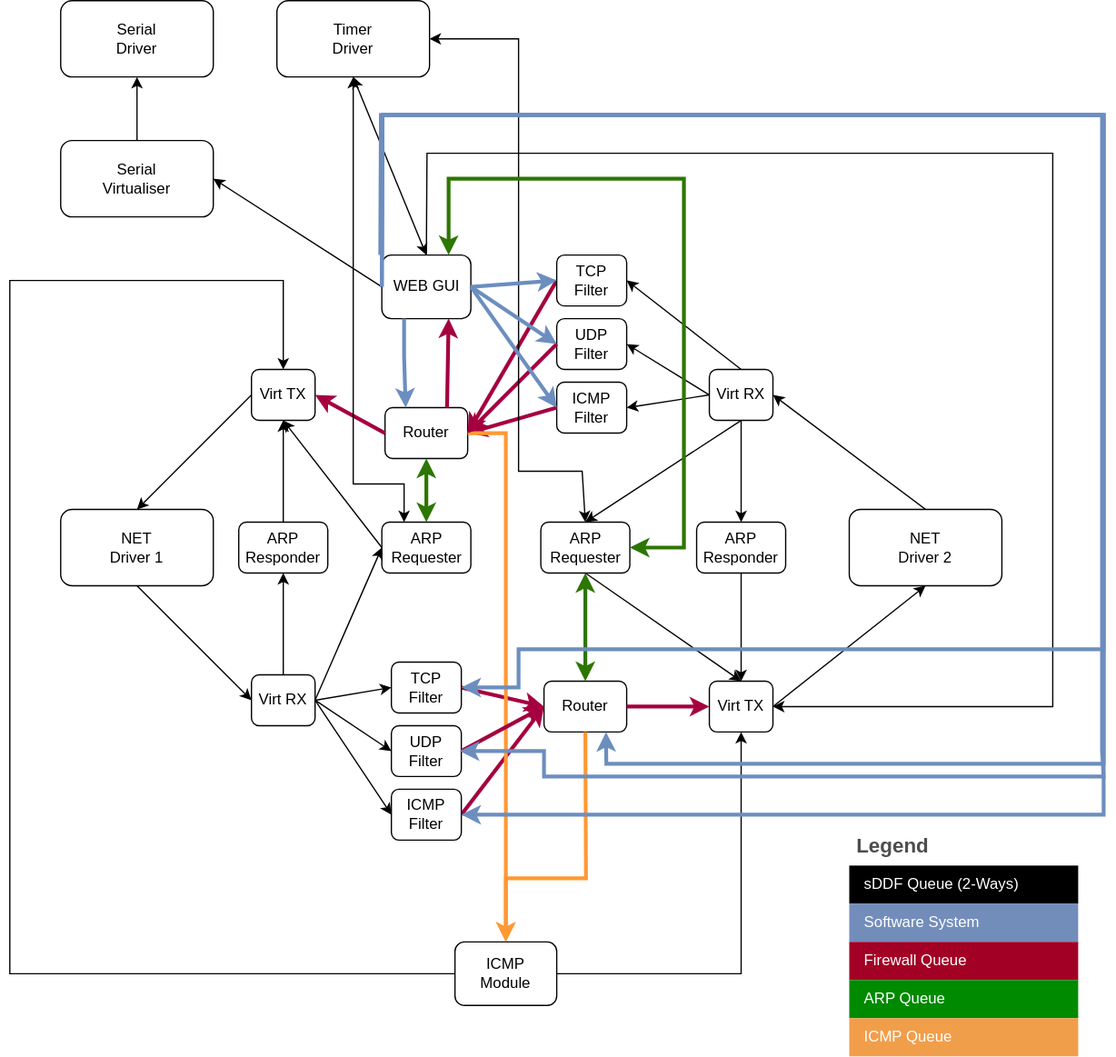
This is examples/firewall/images/Firewall.svg from au-ts/lionsos, a draw.io export, as it was before one commit. Source tidied: cells renumbered, new cells last; positions are measured from the earlier drawing's top-left corner, leaving out a move shared by most shapes.
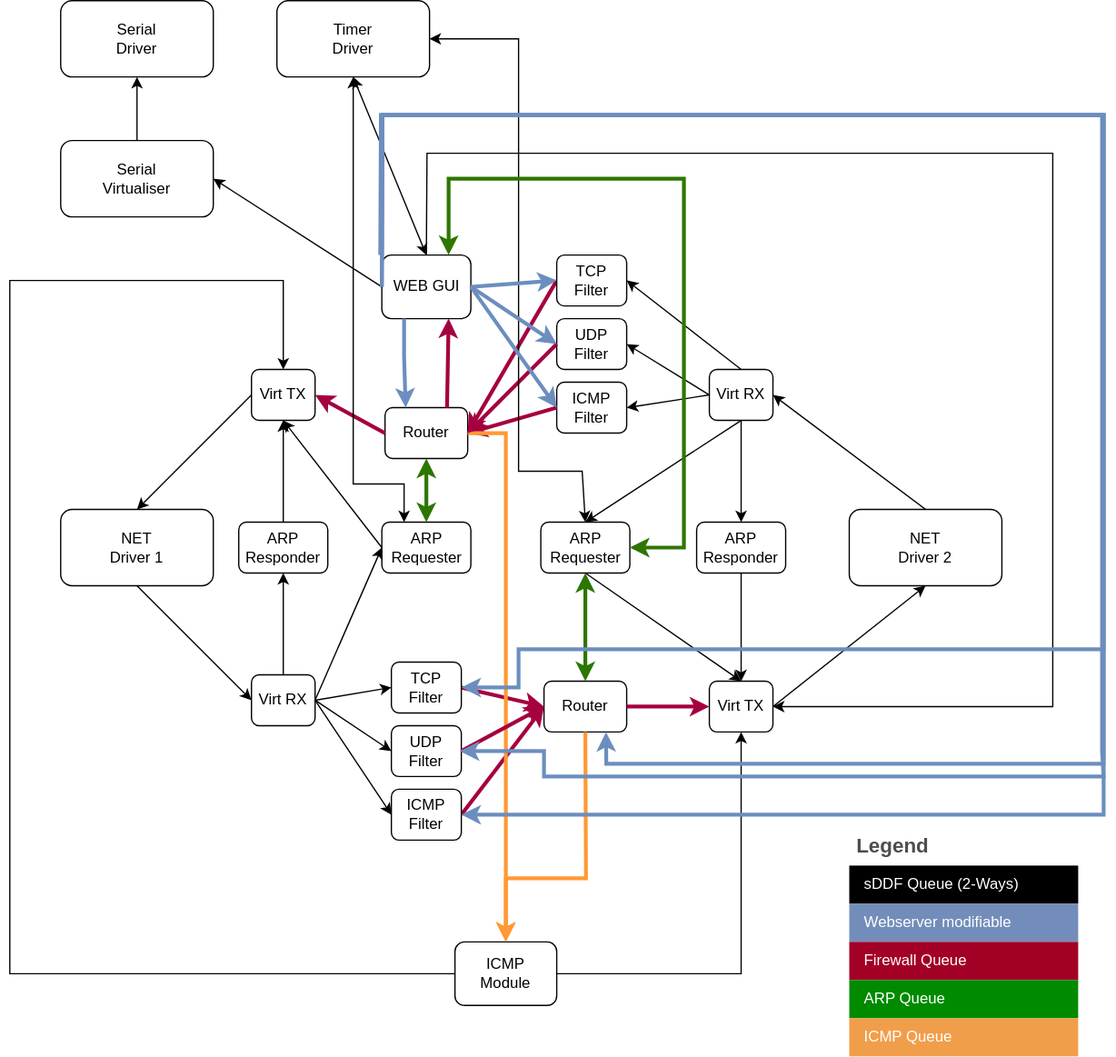
The same file after the commit.

Commit message:
firewall: Update legend in diagrams.

The edit, as a diff of the source:
```diff
@@ -286,7 +286,7 @@
     <mxCell id="74" style="shape=tableRow;horizontal=0;startSize=0;swimlaneHead=0;swimlaneBody=0;strokeColor=inherit;top=0;left=0;bottom=0;right=0;fillColor=none;fontSize=12;" parent="71" vertex="1">
       <mxGeometry y="60" width="180" height="30" as="geometry" />
     </mxCell>
-    <mxCell id="75" value="Software System" style="shape=partialRectangle;html=1;whiteSpace=wrap;strokeColor=#001DBC;overflow=hidden;fillColor=#738dbb;top=0;left=0;bottom=0;right=0;fontSize=12;align=left;fontColor=#ffffff;spacingLeft=10;spacingRight=4;" parent="74" vertex="1">
+    <mxCell id="75" value="Webserver modifiable" style="shape=partialRectangle;html=1;whiteSpace=wrap;strokeColor=#001DBC;overflow=hidden;fillColor=#738dbb;top=0;left=0;bottom=0;right=0;fontSize=12;align=left;fontColor=#ffffff;spacingLeft=10;spacingRight=4;" parent="74" vertex="1">
       <mxGeometry width="180" height="30" as="geometry" />
     </mxCell>
     <mxCell id="76" style="shape=tableRow;horizontal=0;startSize=0;swimlaneHead=0;swimlaneBody=0;strokeColor=inherit;top=0;left=0;bottom=0;right=0;fillColor=none;fontSize=12;" parent="71" vertex="1">
```
